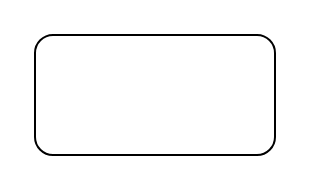
The draw.io diagram 客户系统.drawio in guoshuaipeng/drow.io, before the edit. Source tidied: cells renumbered, new cells numbered last; positions are measured from the earlier drawing's top-left corner, leaving out a move shared by most shapes. Both pictures are drawn from the tidied source at 200%, with x=0, y=0 at pixel (34, 34).
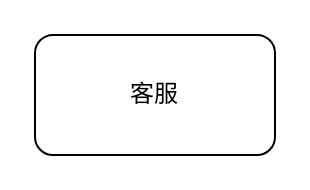
The same diagram, later.

Commit message (it also covers changes not shown here):
更新客户系统.drawio

Diff of the diagram source:
```diff
@@
 <mxGraphModel>
   <root>
     <mxCell id="0" />
     <mxCell id="1" parent="0" />
-    <mxCell id="2" style="rounded=1;whiteSpace=wrap;html=1;" parent="1" vertex="1">
+    <mxCell id="2" value="客服" style="rounded=1;whiteSpace=wrap;html=1;" parent="1" vertex="1">
       <mxGeometry width="120" height="60" as="geometry" />
     </mxCell>
   </root>
 </mxGraphModel>
```
